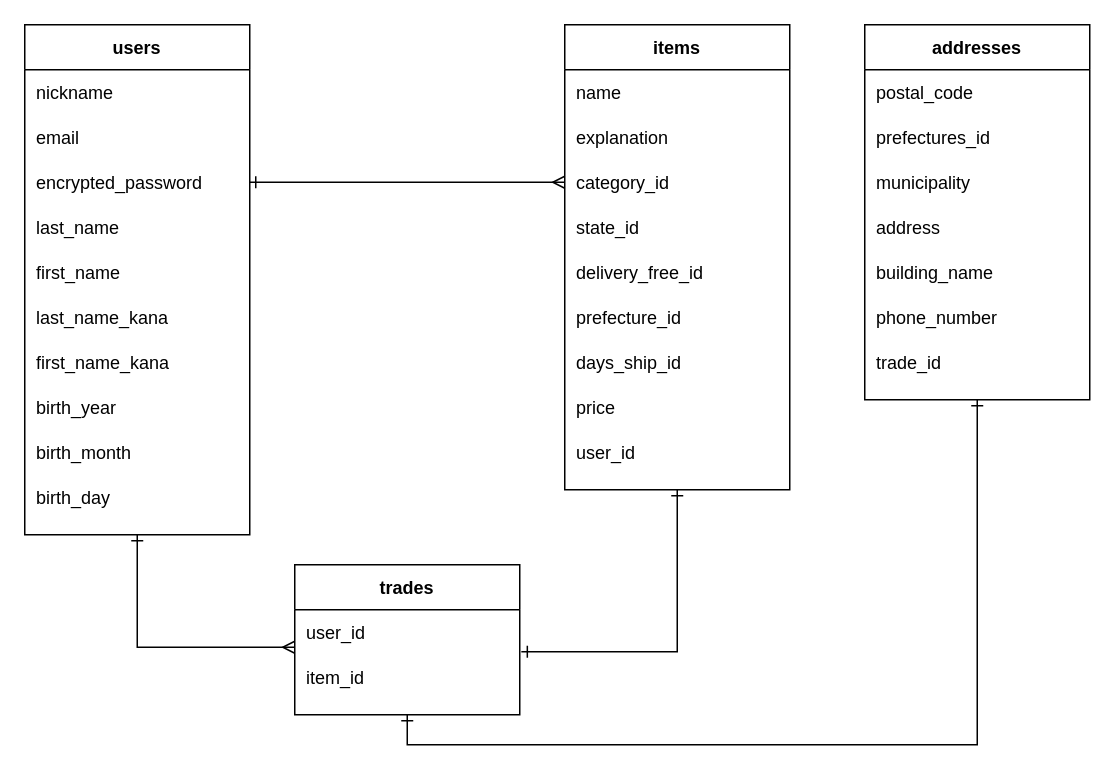
This is furima.dio from ga-syu0106/furima-31534, a draw.io file, before an edit. Source tidied: cells renumbered, new cells numbered last; positions are measured from the earlier drawing's top-left corner, leaving out a move shared by most shapes. Both pictures are drawn from the tidied source at 150%, with x=0, y=0 at pixel (24, 24).
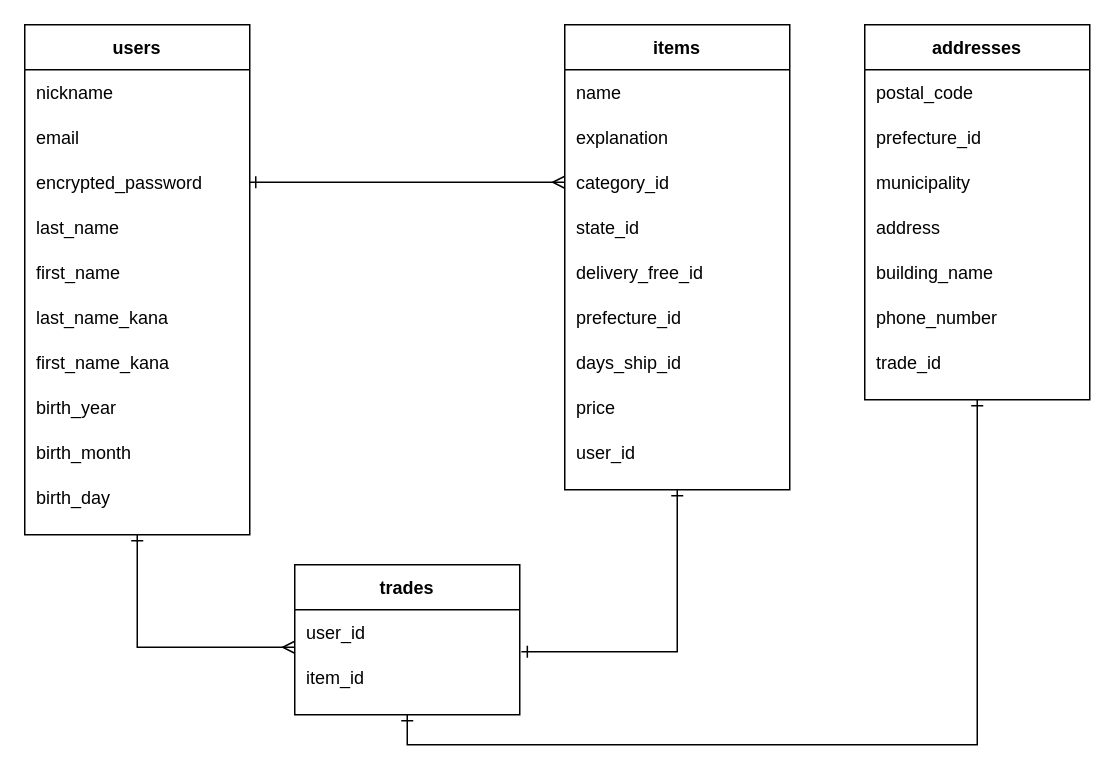
The same page after the edit.

Commit message (it also covers changes not shown here):
prefecture　を単数形に修正

The change refers to these unchanged cells:
```xml
<mxCell id="47" style="shape=partialRectangle;fillColor=none;top=0;left=0;bottom=0;right=0;" parent="44" vertex="1">
  <mxGeometry y="60" width="150" height="30" as="geometry" />
</mxCell>
```

Diff of the diagram source:
```diff
@@
-    <mxCell id="48" value="prefectures_id" style="shape=partialRectangle;fillColor=none;top=0;left=0;bottom=0;right=0;align=left;spacingLeft=6;overflow=hidden;" parent="47" vertex="1">
+    <mxCell id="48" value="prefecture_id" style="shape=partialRectangle;fillColor=none;top=0;left=0;bottom=0;right=0;align=left;spacingLeft=6;overflow=hidden;" parent="47" vertex="1">
       <mxGeometry width="150" height="30" as="geometry" />
     </mxCell>
```
